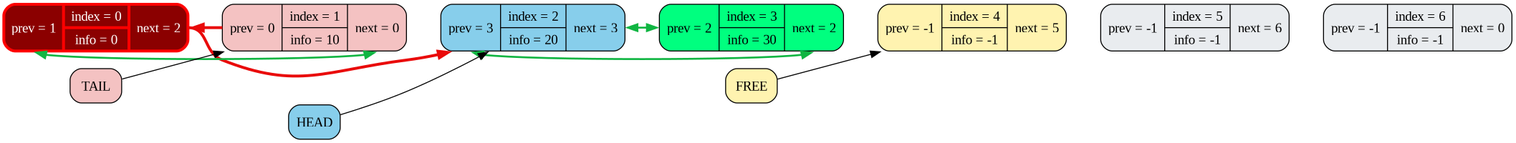
This is dumps/graph_11.png from NikolayNetreba/Task5, a Graphviz export, as it was before one commit. Its source is kept beside it as dumps/graph_11.dot. Its diagram source:
```dot
digraph g{
rankdir=LR;
node [shape=Mrecord; style=filled;];
node0 [label = "{<prev> prev = 1 | { index = 0 | info = 0 } | <next> next = 2}"; fillcolor="#8b0000"; fontcolor="white"; color="#ff0000"; penwidth=3.0];
node1 [label = "{<prev> prev = 0 | { index = 1 | info = 10 } | <next> next = 0}"; fillcolor="#F4C2C2"; fontcolor="black"; color="black"; penwidth=1.0];
node2 [label = "{<prev> prev = 3 | { index = 2 | info = 20 } | <next> next = 3}"; fillcolor="#87CEEB"; fontcolor="black"; color="black"; penwidth=1.0];
node3 [label = "{<prev> prev = 2 | { index = 3 | info = 30 } | <next> next = 2}"; fillcolor="#00ff7fff"; fontcolor="black"; color="black"; penwidth=1.0];
node4 [label = "{<prev> prev = -1 | { index = 4 | info = -1 } | <next> next = 5}"; fillcolor="#FFF3B0"; fontcolor="black"; color="black"; penwidth=1.0];
node5 [label = "{<prev> prev = -1 | { index = 5 | info = -1 } | <next> next = 6}"; fillcolor="#E9ECEF"; fontcolor="black"; color="black"; penwidth=1.0];
node6 [label = "{<prev> prev = -1 | { index = 6 | info = -1 } | <next> next = 0}"; fillcolor="#E9ECEF"; fontcolor="black"; color="black"; penwidth=1.0];
node0 -> node1 [style=invis, weight=100];
node1 -> node2 [style=invis, weight=100];
node2 -> node3 [style=invis, weight=100];
node3 -> node4 [style=invis, weight=100];
node4 -> node5 [style=invis, weight=100];
node5 -> node6 [style=invis, weight=100];
node0:next -> node2 [color="#e90a0a", penwidth=3.0, constraint=false];
node1:next -> node0:prev [color="#10b542", dir="both", penwidth=2.0, constraint=false];
node1:prev -> node0 [color="#e90a0a", penwidth=3.0, constraint=false];
node2:next -> node3:prev [color="#10b542", dir="both", penwidth=2.0, constraint=false];
node3:next -> node2:prev [color="#10b542", dir="both", penwidth=2.0, constraint=false];
HEAD [shape=box, style="filled, rounded", fillcolor="#87CEEB", label="HEAD"];
TAIL [shape=box, style="filled, rounded", fillcolor="#F4C2C2", label="TAIL"];
FREE [shape=box, style="filled, rounded", fillcolor="#FFF3B0", label="FREE"];
HEAD -> node2 [color=black];
TAIL -> node1 [color=black];
FREE -> node4 [color=black];
}
```
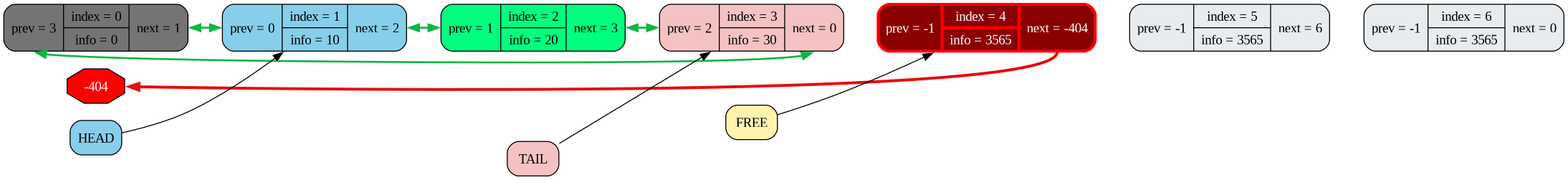
The same file after the commit.

What changed in the source:
```diff
@@ -1,28 +1,29 @@
 digraph g{
 rankdir=LR;
 node [shape=Mrecord; style=filled;];
-node0 [label = "{<prev> prev = 1 | { index = 0 | info = 0 } | <next> next = 2}"; fillcolor="#8b0000"; fontcolor="white"; color="#ff0000"; penwidth=3.0];
-node1 [label = "{<prev> prev = 0 | { index = 1 | info = 10 } | <next> next = 0}"; fillcolor="#F4C2C2"; fontcolor="black"; color="black"; penwidth=1.0];
-node2 [label = "{<prev> prev = 3 | { index = 2 | info = 20 } | <next> next = 3}"; fillcolor="#87CEEB"; fontcolor="black"; color="black"; penwidth=1.0];
-node3 [label = "{<prev> prev = 2 | { index = 3 | info = 30 } | <next> next = 2}"; fillcolor="#00ff7fff"; fontcolor="black"; color="black"; penwidth=1.0];
-node4 [label = "{<prev> prev = -1 | { index = 4 | info = -1 } | <next> next = 5}"; fillcolor="#FFF3B0"; fontcolor="black"; color="black"; penwidth=1.0];
-node5 [label = "{<prev> prev = -1 | { index = 5 | info = -1 } | <next> next = 6}"; fillcolor="#E9ECEF"; fontcolor="black"; color="black"; penwidth=1.0];
-node6 [label = "{<prev> prev = -1 | { index = 6 | info = -1 } | <next> next = 0}"; fillcolor="#E9ECEF"; fontcolor="black"; color="black"; penwidth=1.0];
+node0 [label = "{<prev> prev = 3 | { index = 0 | info = 0 } | <next> next = 1}"; fillcolor="#757373"; fontcolor="black"; color="black"; penwidth=1.0];
+node1 [label = "{<prev> prev = 0 | { index = 1 | info = 10 } | <next> next = 2}"; fillcolor="#87CEEB"; fontcolor="black"; color="black"; penwidth=1.0];
+node2 [label = "{<prev> prev = 1 | { index = 2 | info = 20 } | <next> next = 3}"; fillcolor="#00ff7fff"; fontcolor="black"; color="black"; penwidth=1.0];
+node3 [label = "{<prev> prev = 2 | { index = 3 | info = 30 } | <next> next = 0}"; fillcolor="#F4C2C2"; fontcolor="black"; color="black"; penwidth=1.0];
+node4 [label = "{<prev> prev = -1 | { index = 4 | info = 3565 } | <next> next = -404}"; fillcolor="#8b0000"; fontcolor="white"; color="#ff0000"; penwidth=3.0];
+node5 [label = "{<prev> prev = -1 | { index = 5 | info = 3565 } | <next> next = 6}"; fillcolor="#E9ECEF"; fontcolor="black"; color="black"; penwidth=1.0];
+node6 [label = "{<prev> prev = -1 | { index = 6 | info = 3565 } | <next> next = 0}"; fillcolor="#E9ECEF"; fontcolor="black"; color="black"; penwidth=1.0];
 node0 -> node1 [style=invis, weight=100];
 node1 -> node2 [style=invis, weight=100];
 node2 -> node3 [style=invis, weight=100];
 node3 -> node4 [style=invis, weight=100];
 node4 -> node5 [style=invis, weight=100];
 node5 -> node6 [style=invis, weight=100];
-node0:next -> node2 [color="#e90a0a", penwidth=3.0, constraint=false];
-node1:next -> node0:prev [color="#10b542", dir="both", penwidth=2.0, constraint=false];
-node1:prev -> node0 [color="#e90a0a", penwidth=3.0, constraint=false];
+node0:next -> node1:prev [color="#10b542", dir="both", penwidth=2.0, constraint=false];
+node1:next -> node2:prev [color="#10b542", dir="both", penwidth=2.0, constraint=false];
 node2:next -> node3:prev [color="#10b542", dir="both", penwidth=2.0, constraint=false];
-node3:next -> node2:prev [color="#10b542", dir="both", penwidth=2.0, constraint=false];
+node3:next -> node0:prev [color="#10b542", dir="both", penwidth=2.0, constraint=false];
+ERR_NODE_4 [shape=octagon, style=filled, fillcolor="#ff0000", fontcolor="white", label="-404"];
+node4:next:s -> ERR_NODE_4 [color="#e90a0a", penwidth=3.0, constraint=false];
 HEAD [shape=box, style="filled, rounded", fillcolor="#87CEEB", label="HEAD"];
 TAIL [shape=box, style="filled, rounded", fillcolor="#F4C2C2", label="TAIL"];
 FREE [shape=box, style="filled, rounded", fillcolor="#FFF3B0", label="FREE"];
-HEAD -> node2 [color=black];
-TAIL -> node1 [color=black];
+HEAD -> node1 [color=black];
+TAIL -> node3 [color=black];
 FREE -> node4 [color=black];
 }
```
